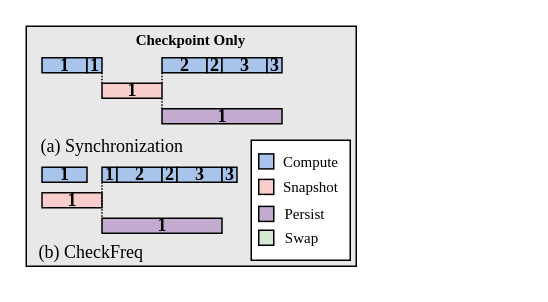
Earlier version of the draw.io diagram fig/pipeline_mot.drawio (icszhr/NCheck). Source tidied: cells renumbered, new cells numbered last; positions are measured from the earlier drawing's top-left corner, leaving out a move shared by most shapes. Both pictures are drawn from the tidied source at 150%, with x=0, y=0 at pixel (26, 26).
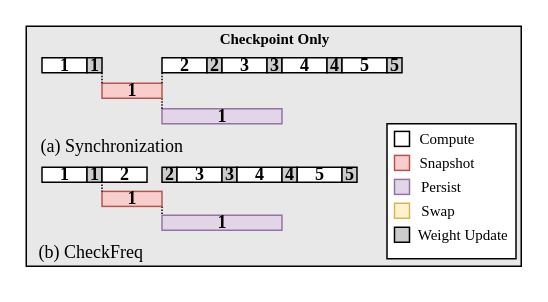
Above is the later version.

Change to the diagram source:
```diff
@@
     <mxCell id="2" style="rounded=0;whiteSpace=wrap;html=1;fontFamily=Times New Roman;fillColor=#E8E8E8;fontSize=12;fontStyle=1;labelPosition=center;verticalLabelPosition=middle;align=center;verticalAlign=middle;spacing=0;" parent="1" vertex="1">
-      <mxGeometry width="220" height="160" as="geometry" />
+      <mxGeometry width="330" height="160" as="geometry" />
     </mxCell>
     <mxCell id="3" style="rounded=0;whiteSpace=wrap;html=1;" parent="1" vertex="1">
-      <mxGeometry x="150" y="76" width="66" height="80" as="geometry" />
+      <mxGeometry x="240.5" y="65" width="86" height="90" as="geometry" />
     </mxCell>
-    <mxCell id="4" value="1" style="whiteSpace=wrap;fillColor=#A9C4EB;fontFamily=Times New Roman;fontSize=12;fontStyle=1;labelPosition=center;verticalLabelPosition=middle;align=center;verticalAlign=middle;spacing=0;" parent="1" vertex="1">
+    <mxCell id="4" value="1" style="whiteSpace=wrap;fontFamily=Times New Roman;fontSize=12;fontStyle=1;labelPosition=center;verticalLabelPosition=middle;align=center;verticalAlign=middle;spacing=0;" parent="1" vertex="1">
       <mxGeometry x="10.5" y="21" width="30" height="10" as="geometry" />
     </mxCell>
-    <mxCell id="5" value="1" style="whiteSpace=wrap;fillColor=#C3ABD0;fontFamily=Times New Roman;fontSize=12;fontStyle=1;labelPosition=center;verticalLabelPosition=middle;align=center;verticalAlign=middle;spacing=0;" parent="1" vertex="1">
+    <mxCell id="5" value="1" style="whiteSpace=wrap;fillColor=#e1d5e7;fontFamily=Times New Roman;fontSize=12;fontStyle=1;labelPosition=center;verticalLabelPosition=middle;align=center;verticalAlign=middle;spacing=0;strokeColor=#9673a6;" parent="1" vertex="1">
       <mxGeometry x="90.5" y="55" width="80" height="10" as="geometry" />
     </mxCell>
@@
-    <mxCell id="7" value="1" style="whiteSpace=wrap;fillColor=#F8CECC;fontFamily=Times New Roman;fontSize=12;fontStyle=1;labelPosition=center;verticalLabelPosition=middle;align=center;verticalAlign=middle;spacing=0;" parent="1" vertex="1">
+    <mxCell id="7" value="1" style="whiteSpace=wrap;fillColor=#f8cecc;fontFamily=Times New Roman;fontSize=12;fontStyle=1;labelPosition=center;verticalLabelPosition=middle;align=center;verticalAlign=middle;spacing=0;strokeColor=#b85450;" parent="1" vertex="1">
       <mxGeometry x="50.5" y="38" width="40" height="10" as="geometry" />
     </mxCell>
-    <mxCell id="8" style="whiteSpace=wrap;html=1;fillColor=#A9C4EB;fontFamily=Times New Roman;" parent="1" vertex="1">
-      <mxGeometry x="155" y="85.1" width="10" height="10" as="geometry" />
+    <mxCell id="8" style="whiteSpace=wrap;html=1;fillColor=#FFFFFF;fontFamily=Times New Roman;" parent="1" vertex="1">
+      <mxGeometry x="245.5" y="70.1" width="10" height="10" as="geometry" />
     </mxCell>
-    <mxCell id="9" style="whiteSpace=wrap;html=1;fillColor=#F8CECC;fontFamily=Times New Roman;" parent="1" vertex="1">
-      <mxGeometry x="155" y="102.1" width="10" height="10" as="geometry" />
+    <mxCell id="9" style="whiteSpace=wrap;html=1;fillColor=#f8cecc;fontFamily=Times New Roman;strokeColor=#b85450;" parent="1" vertex="1">
+      <mxGeometry x="245.5" y="86.1" width="10" height="10" as="geometry" />
     </mxCell>
-    <mxCell id="10" style="whiteSpace=wrap;html=1;fillColor=#D5E8D4;fontFamily=Times New Roman;" parent="1" vertex="1">
-      <mxGeometry x="155" y="136" width="10" height="10" as="geometry" />
+    <mxCell id="10" style="whiteSpace=wrap;html=1;fillColor=#fff2cc;fontFamily=Times New Roman;strokeColor=#d6b656;" parent="1" vertex="1">
+      <mxGeometry x="245.5" y="118" width="10" height="10" as="geometry" />
     </mxCell>
-    <mxCell id="11" style="whiteSpace=wrap;html=1;fillColor=#C3ABD0;fontFamily=Times New Roman;" parent="1" vertex="1">
-      <mxGeometry x="155" y="120.1" width="10" height="10" as="geometry" />
+    <mxCell id="11" style="whiteSpace=wrap;html=1;fillColor=#e1d5e7;fontFamily=Times New Roman;strokeColor=#9673a6;" parent="1" vertex="1">
+      <mxGeometry x="245.5" y="102.1" width="10" height="10" as="geometry" />
     </mxCell>
     <mxCell id="12" value="&lt;p style=&quot;line-height: 100%;&quot;&gt;&lt;font style=&quot;font-size: 10px;&quot;&gt;Compute&lt;/font&gt;&lt;/p&gt;" style="text;html=1;align=center;verticalAlign=middle;whiteSpace=wrap;rounded=0;fontFamily=Times New Roman;" parent="1" vertex="1">
-      <mxGeometry x="165" y="85.1" width="50" height="10" as="geometry" />
+      <mxGeometry x="255.5" y="70.1" width="50" height="10" as="geometry" />
     </mxCell>
     <mxCell id="13" value="&lt;p style=&quot;line-height: 100%;&quot;&gt;&lt;font style=&quot;font-size: 10px;&quot;&gt;Swap&lt;/font&gt;&lt;/p&gt;" style="text;html=1;align=center;verticalAlign=middle;whiteSpace=wrap;rounded=0;fontFamily=Times New Roman;" parent="1" vertex="1">
-      <mxGeometry x="159" y="136" width="50" height="10" as="geometry" />
+      <mxGeometry x="249.5" y="118" width="50" height="10" as="geometry" />
     </mxCell>
     <mxCell id="14" value="&lt;p style=&quot;line-height: 100%;&quot;&gt;&lt;span style=&quot;font-size: 10px;&quot;&gt;Snapshot&lt;/span&gt;&lt;/p&gt;" style="text;html=1;align=center;verticalAlign=middle;whiteSpace=wrap;rounded=0;fontFamily=Times New Roman;" parent="1" vertex="1">
-      <mxGeometry x="165" y="102.1" width="50" height="10" as="geometry" />
+      <mxGeometry x="255.5" y="86.1" width="50" height="10" as="geometry" />
     </mxCell>
     <mxCell id="15" value="&lt;p style=&quot;line-height: 100%;&quot;&gt;&lt;font style=&quot;font-size: 10px;&quot;&gt;Persist&lt;/font&gt;&lt;/p&gt;" style="text;html=1;align=center;verticalAlign=middle;whiteSpace=wrap;rounded=0;fontFamily=Times New Roman;" parent="1" vertex="1">
-      <mxGeometry x="161" y="120.1" width="50" height="10" as="geometry" />
+      <mxGeometry x="251.5" y="102.1" width="50" height="10" as="geometry" />
     </mxCell>
@@
-    <mxCell id="17" value="1" style="whiteSpace=wrap;fillColor=#A9C4EB;fontFamily=Times New Roman;fontSize=12;fontStyle=1;labelPosition=center;verticalLabelPosition=middle;align=center;verticalAlign=middle;spacing=0;" parent="1" vertex="1">
+    <mxCell id="17" value="1" style="whiteSpace=wrap;fontFamily=Times New Roman;fontSize=12;fontStyle=1;labelPosition=center;verticalLabelPosition=middle;align=center;verticalAlign=middle;spacing=0;fillColor=#CCCCCC;" parent="1" vertex="1">
       <mxGeometry x="40.5" y="21" width="10" height="10" as="geometry" />
     </mxCell>
@@
-    <mxCell id="19" value="2" style="whiteSpace=wrap;fillColor=#A9C4EB;fontFamily=Times New Roman;fontSize=12;fontStyle=1;labelPosition=center;verticalLabelPosition=middle;align=center;verticalAlign=middle;spacing=0;" parent="1" vertex="1">
+    <mxCell id="19" value="2" style="whiteSpace=wrap;fontFamily=Times New Roman;fontSize=12;fontStyle=1;labelPosition=center;verticalLabelPosition=middle;align=center;verticalAlign=middle;spacing=0;" parent="1" vertex="1">
       <mxGeometry x="90.5" y="21" width="30" height="10" as="geometry" />
     </mxCell>
-    <mxCell id="20" value="2" style="whiteSpace=wrap;fillColor=#A9C4EB;fontFamily=Times New Roman;fontSize=12;fontStyle=1;labelPosition=center;verticalLabelPosition=middle;align=center;verticalAlign=middle;spacing=0;" parent="1" vertex="1">
+    <mxCell id="20" value="2" style="whiteSpace=wrap;fontFamily=Times New Roman;fontSize=12;fontStyle=1;labelPosition=center;verticalLabelPosition=middle;align=center;verticalAlign=middle;spacing=0;fillColor=#CCCCCC;" parent="1" vertex="1">
       <mxGeometry x="120.5" y="21" width="10" height="10" as="geometry" />
     </mxCell>
-    <mxCell id="21" value="3" style="whiteSpace=wrap;fillColor=#A9C4EB;fontFamily=Times New Roman;fontSize=12;fontStyle=1;labelPosition=center;verticalLabelPosition=middle;align=center;verticalAlign=middle;spacing=0;" parent="1" vertex="1">
+    <mxCell id="21" value="3" style="whiteSpace=wrap;fontFamily=Times New Roman;fontSize=12;fontStyle=1;labelPosition=center;verticalLabelPosition=middle;align=center;verticalAlign=middle;spacing=0;" parent="1" vertex="1">
       <mxGeometry x="130.5" y="21" width="30" height="10" as="geometry" />
     </mxCell>
-    <mxCell id="22" value="3" style="whiteSpace=wrap;fillColor=#A9C4EB;fontFamily=Times New Roman;fontSize=12;fontStyle=1;labelPosition=center;verticalLabelPosition=middle;align=center;verticalAlign=middle;spacing=0;" parent="1" vertex="1">
+    <mxCell id="22" value="3" style="whiteSpace=wrap;fontFamily=Times New Roman;fontSize=12;fontStyle=1;labelPosition=center;verticalLabelPosition=middle;align=center;verticalAlign=middle;spacing=0;fillColor=#CCCCCC;" parent="1" vertex="1">
       <mxGeometry x="160.5" y="21" width="10" height="10" as="geometry" />
     </mxCell>
@@
-    <mxCell id="25" value="1" style="whiteSpace=wrap;fillColor=#A9C4EB;fontSize=12;fontFamily=Times New Roman;fontStyle=1;labelPosition=center;verticalLabelPosition=middle;align=center;verticalAlign=middle;spacing=0;" parent="1" vertex="1">
+    <mxCell id="25" value="1" style="whiteSpace=wrap;fontSize=12;fontFamily=Times New Roman;fontStyle=1;labelPosition=center;verticalLabelPosition=middle;align=center;verticalAlign=middle;spacing=0;" parent="1" vertex="1">
       <mxGeometry x="10.5" y="94" width="30" height="10" as="geometry" />
     </mxCell>
-    <mxCell id="26" value="1" style="whiteSpace=wrap;fillColor=#C3ABD0;fontSize=12;fontFamily=Times New Roman;fontStyle=1;labelPosition=center;verticalLabelPosition=middle;align=center;verticalAlign=middle;spacing=0;" parent="1" vertex="1">
-      <mxGeometry x="50.5" y="128" width="80" height="10" as="geometry" />
+    <mxCell id="26" value="1" style="whiteSpace=wrap;fillColor=#e1d5e7;fontSize=12;fontFamily=Times New Roman;fontStyle=1;labelPosition=center;verticalLabelPosition=middle;align=center;verticalAlign=middle;spacing=0;strokeColor=#9673a6;" parent="1" vertex="1">
+      <mxGeometry x="90.5" y="126" width="80" height="10" as="geometry" />
     </mxCell>
+    <mxCell id="35" style="edgeStyle=orthogonalEdgeStyle;rounded=0;jettySize=auto;html=1;exitX=1;exitY=1;exitDx=0;exitDy=0;entryX=0;entryY=0;entryDx=0;entryDy=0;dashed=1;dashPattern=1 1;endArrow=none;endFill=0;" parent="1" edge="1" source="27" target="26">
+      <mxGeometry relative="1" as="geometry" />
+    </mxCell>
-    <mxCell id="27" value="1" style="whiteSpace=wrap;fillColor=#F8CECC;fontSize=12;fontFamily=Times New Roman;fontStyle=1;labelPosition=center;verticalLabelPosition=middle;align=center;verticalAlign=middle;spacing=0;" parent="1" vertex="1">
-      <mxGeometry x="10.5" y="111" width="40" height="10" as="geometry" />
+    <mxCell id="27" value="1" style="whiteSpace=wrap;fillColor=#f8cecc;fontSize=12;fontFamily=Times New Roman;fontStyle=1;labelPosition=center;verticalLabelPosition=middle;align=center;verticalAlign=middle;spacing=0;strokeColor=#b85450;" parent="1" vertex="1">
+      <mxGeometry x="50.5" y="110.1" width="40" height="10" as="geometry" />
     </mxCell>
-    <mxCell id="28" style="edgeStyle=orthogonalEdgeStyle;rounded=0;jettySize=auto;exitX=0;exitY=1;exitDx=0;exitDy=0;entryX=0;entryY=0;entryDx=0;entryDy=0;dashed=1;dashPattern=1 1;endArrow=none;endFill=0;fontSize=12;fontStyle=1;labelPosition=center;verticalLabelPosition=middle;align=center;verticalAlign=middle;spacing=0;" parent="1" edge="1" source="29" target="26">
-      <mxGeometry relative="1" as="geometry" />
-    </mxCell>
+    <mxCell id="36" style="edgeStyle=orthogonalEdgeStyle;rounded=0;jettySize=auto;html=1;exitX=0;exitY=0.75;exitDx=0;exitDy=0;entryX=0;entryY=0;entryDx=0;entryDy=0;endArrow=none;endFill=0;dashed=1;dashPattern=1 1;" parent="1" edge="1" source="29" target="27">
+      <mxGeometry relative="1" as="geometry" />
+    </mxCell>
-    <mxCell id="29" value="1" style="whiteSpace=wrap;fillColor=#A9C4EB;fontSize=12;fontFamily=Times New Roman;fontStyle=1;labelPosition=center;verticalLabelPosition=middle;align=center;verticalAlign=middle;spacing=0;" parent="1" vertex="1">
-      <mxGeometry x="50.5" y="94" width="10" height="10" as="geometry" />
+    <mxCell id="29" value="1" style="whiteSpace=wrap;fontSize=12;fontFamily=Times New Roman;fontStyle=1;labelPosition=center;verticalLabelPosition=middle;align=center;verticalAlign=middle;spacing=0;fillColor=#CCCCCC;" parent="1" vertex="1">
+      <mxGeometry x="40.5" y="94" width="10" height="10" as="geometry" />
     </mxCell>
-    <mxCell id="30" value="2" style="whiteSpace=wrap;fillColor=#A9C4EB;fontSize=12;fontFamily=Times New Roman;fontStyle=1;labelPosition=center;verticalLabelPosition=middle;align=center;verticalAlign=middle;spacing=0;" parent="1" vertex="1">
-      <mxGeometry x="60.5" y="94" width="30" height="10" as="geometry" />
+    <mxCell id="30" value="2" style="whiteSpace=wrap;fontSize=12;fontFamily=Times New Roman;fontStyle=1;labelPosition=center;verticalLabelPosition=middle;align=center;verticalAlign=middle;spacing=0;" parent="1" vertex="1">
+      <mxGeometry x="50.5" y="94" width="30" height="10" as="geometry" />
     </mxCell>
-    <mxCell id="31" value="2" style="whiteSpace=wrap;fillColor=#A9C4EB;fontSize=12;fontFamily=Times New Roman;fontStyle=1;labelPosition=center;verticalLabelPosition=middle;align=center;verticalAlign=middle;spacing=0;" parent="1" vertex="1">
+    <mxCell id="31" value="2" style="whiteSpace=wrap;fontSize=12;fontFamily=Times New Roman;fontStyle=1;labelPosition=center;verticalLabelPosition=middle;align=center;verticalAlign=middle;spacing=0;fillColor=#CCCCCC;" parent="1" vertex="1">
       <mxGeometry x="90.5" y="94" width="10" height="10" as="geometry" />
     </mxCell>
-    <mxCell id="32" value="3" style="whiteSpace=wrap;fillColor=#A9C4EB;fontSize=12;fontFamily=Times New Roman;fontStyle=1;labelPosition=center;verticalLabelPosition=middle;align=center;verticalAlign=middle;spacing=0;" parent="1" vertex="1">
+    <mxCell id="32" value="3" style="whiteSpace=wrap;fontSize=12;fontFamily=Times New Roman;fontStyle=1;labelPosition=center;verticalLabelPosition=middle;align=center;verticalAlign=middle;spacing=0;" parent="1" vertex="1">
       <mxGeometry x="100.5" y="94" width="30" height="10" as="geometry" />
     </mxCell>
-    <mxCell id="33" value="3" style="whiteSpace=wrap;fillColor=#A9C4EB;fontSize=12;fontFamily=Times New Roman;fontStyle=1;labelPosition=center;verticalLabelPosition=middle;align=center;verticalAlign=middle;spacing=0;" parent="1" vertex="1">
+    <mxCell id="33" value="3" style="whiteSpace=wrap;fontSize=12;fontFamily=Times New Roman;fontStyle=1;labelPosition=center;verticalLabelPosition=middle;align=center;verticalAlign=middle;spacing=0;fillColor=#CCCCCC;" parent="1" vertex="1">
       <mxGeometry x="130.5" y="94" width="10" height="10" as="geometry" />
     </mxCell>
     <mxCell id="34" value="&lt;font size=&quot;1&quot; style=&quot;&quot;&gt;&lt;b style=&quot;&quot;&gt;Checkpoint Only&lt;/b&gt;&lt;/font&gt;" style="text;html=1;align=center;verticalAlign=middle;whiteSpace=wrap;rounded=0;fontFamily=Times New Roman;" parent="1" vertex="1">
-      <mxGeometry x="45" y="4" width="130" height="10" as="geometry" />
+      <mxGeometry x="100.5" y="3" width="130" height="10" as="geometry" />
     </mxCell>
+    <mxCell id="37" value="4" style="whiteSpace=wrap;fontFamily=Times New Roman;fontSize=12;fontStyle=1;labelPosition=center;verticalLabelPosition=middle;align=center;verticalAlign=middle;spacing=0;" parent="1" vertex="1">
+      <mxGeometry x="170.5" y="21" width="30" height="10" as="geometry" />
+    </mxCell>
+    <mxCell id="38" value="4" style="whiteSpace=wrap;fontFamily=Times New Roman;fontSize=12;fontStyle=1;labelPosition=center;verticalLabelPosition=middle;align=center;verticalAlign=middle;spacing=0;fillColor=#CCCCCC;" parent="1" vertex="1">
+      <mxGeometry x="200.5" y="21" width="10" height="10" as="geometry" />
+    </mxCell>
+    <mxCell id="39" value="4" style="whiteSpace=wrap;fontSize=12;fontFamily=Times New Roman;fontStyle=1;labelPosition=center;verticalLabelPosition=middle;align=center;verticalAlign=middle;spacing=0;" parent="1" vertex="1">
+      <mxGeometry x="140.5" y="94" width="30" height="10" as="geometry" />
+    </mxCell>
+    <mxCell id="40" value="5" style="whiteSpace=wrap;fontFamily=Times New Roman;fontSize=12;fontStyle=1;labelPosition=center;verticalLabelPosition=middle;align=center;verticalAlign=middle;spacing=0;" parent="1" vertex="1">
+      <mxGeometry x="210.5" y="21" width="30" height="10" as="geometry" />
+    </mxCell>
+    <mxCell id="41" value="5" style="whiteSpace=wrap;fontFamily=Times New Roman;fontSize=12;fontStyle=1;labelPosition=center;verticalLabelPosition=middle;align=center;verticalAlign=middle;spacing=0;fillColor=#CCCCCC;" parent="1" vertex="1">
+      <mxGeometry x="240.5" y="21" width="10" height="10" as="geometry" />
+    </mxCell>
+    <mxCell id="42" value="5" style="whiteSpace=wrap;fontFamily=Times New Roman;fontSize=12;fontStyle=1;labelPosition=center;verticalLabelPosition=middle;align=center;verticalAlign=middle;spacing=0;" parent="1" vertex="1">
+      <mxGeometry x="180.5" y="94" width="30" height="10" as="geometry" />
+    </mxCell>
+    <mxCell id="43" value="5" style="whiteSpace=wrap;fontFamily=Times New Roman;fontSize=12;fontStyle=1;labelPosition=center;verticalLabelPosition=middle;align=center;verticalAlign=middle;spacing=0;fillColor=#CCCCCC;" parent="1" vertex="1">
+      <mxGeometry x="210.5" y="94" width="10" height="10" as="geometry" />
+    </mxCell>
+    <mxCell id="44" value="4" style="whiteSpace=wrap;fontSize=12;fontFamily=Times New Roman;fontStyle=1;labelPosition=center;verticalLabelPosition=middle;align=center;verticalAlign=middle;spacing=0;fillColor=#CCCCCC;" parent="1" vertex="1">
+      <mxGeometry x="170.5" y="94" width="10" height="10" as="geometry" />
+    </mxCell>
+    <mxCell id="45" style="whiteSpace=wrap;html=1;fontFamily=Times New Roman;fillStyle=auto;fillColor=#CCCCCC;" parent="1" vertex="1">
+      <mxGeometry x="245.5" y="134" width="10" height="10" as="geometry" />
+    </mxCell>
+    <mxCell id="46" value="&lt;p style=&quot;line-height: 100%;&quot;&gt;&lt;font style=&quot;font-size: 10px;&quot;&gt;Weight Update&lt;/font&gt;&lt;/p&gt;" style="text;html=1;align=center;verticalAlign=middle;whiteSpace=wrap;rounded=0;fontFamily=Times New Roman;" parent="1" vertex="1">
+      <mxGeometry x="255.5" y="134" width="71" height="10" as="geometry" />
+    </mxCell>
```
